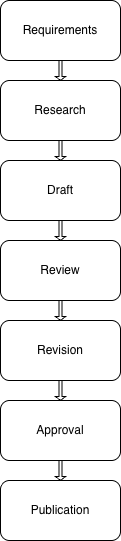
Before: docs/diagrams/documentation-lifecycle.png, a diagram exported from draw.io (SLH879/TW-Portfolio). Source tidied: cells renumbered, new cells last; positions are measured from the earlier drawing's top-left corner, leaving out a move shared by most shapes.
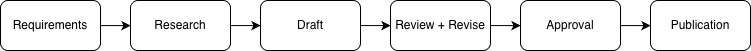
After the change.

Commit message:
Revised formatting of diagram

The edit, as a diff of the source:
```diff
@@ -3,43 +3,52 @@
     <mxCell id="0" />
     <mxCell id="1" parent="0" />
     <mxCell id="2" value="Requirements" style="rounded=1;whiteSpace=wrap;html=1;" parent="1" vertex="1">
-      <mxGeometry width="120" height="60" as="geometry" />
+      <mxGeometry x="-350" y="30" width="100" height="50" as="geometry" />
     </mxCell>
-    <mxCell id="3" style="shape=singleArrow;direction=south;whiteSpace=wrap;html=1;" parent="1" vertex="1">
-      <mxGeometry x="55" y="60" width="10" height="20" as="geometry" />
-    </mxCell>
+    <mxCell id="15" style="edgeStyle=orthogonalEdgeStyle;rounded=0;orthogonalLoop=1;jettySize=auto;html=1;exitX=1;exitY=0.5;exitDx=0;exitDy=0;" parent="1" edge="1">
+      <mxGeometry relative="1" as="geometry">
+        <mxPoint x="-120" y="55.1" as="sourcePoint" />
+        <mxPoint x="-90" y="54.8" as="targetPoint" />
+      </mxGeometry>
+    </mxCell>
+    <mxCell id="16" style="edgeStyle=orthogonalEdgeStyle;rounded=0;orthogonalLoop=1;jettySize=auto;html=1;exitX=1;exitY=0.5;exitDx=0;exitDy=0;" parent="1" edge="1">
+      <mxGeometry relative="1" as="geometry">
+        <mxPoint x="10" y="55.1" as="sourcePoint" />
+        <mxPoint x="40" y="54.8" as="targetPoint" />
+      </mxGeometry>
+    </mxCell>
+    <mxCell id="17" style="edgeStyle=orthogonalEdgeStyle;rounded=0;orthogonalLoop=1;jettySize=auto;html=1;exitX=1;exitY=0.5;exitDx=0;exitDy=0;" parent="1" edge="1">
+      <mxGeometry relative="1" as="geometry">
+        <mxPoint x="140" y="55.1" as="sourcePoint" />
+        <mxPoint x="170" y="54.8" as="targetPoint" />
+      </mxGeometry>
+    </mxCell>
     <mxCell id="4" value="Research" style="rounded=1;whiteSpace=wrap;html=1;" parent="1" vertex="1">
-      <mxGeometry y="80" width="120" height="60" as="geometry" />
+      <mxGeometry x="-220" y="30" width="100" height="50" as="geometry" />
     </mxCell>
-    <mxCell id="5" style="shape=singleArrow;direction=south;whiteSpace=wrap;html=1;" parent="1" vertex="1">
-      <mxGeometry x="55" y="140" width="10" height="20" as="geometry" />
-    </mxCell>
+    <mxCell id="18" style="edgeStyle=orthogonalEdgeStyle;rounded=0;orthogonalLoop=1;jettySize=auto;html=1;exitX=1;exitY=0.5;exitDx=0;exitDy=0;" parent="1" edge="1">
+      <mxGeometry relative="1" as="geometry">
+        <mxPoint x="-250" y="55.1" as="sourcePoint" />
+        <mxPoint x="-220" y="54.8" as="targetPoint" />
+      </mxGeometry>
+    </mxCell>
     <mxCell id="6" value="Draft" style="rounded=1;whiteSpace=wrap;html=1;" parent="1" vertex="1">
-      <mxGeometry y="160" width="120" height="60" as="geometry" />
+      <mxGeometry x="-90" y="30" width="100" height="50" as="geometry" />
     </mxCell>
-    <mxCell id="7" style="shape=singleArrow;direction=south;whiteSpace=wrap;html=1;" parent="1" vertex="1">
-      <mxGeometry x="55" y="220" width="10" height="20" as="geometry" />
-    </mxCell>
-    <mxCell id="8" value="Review" style="rounded=1;whiteSpace=wrap;html=1;" parent="1" vertex="1">
-      <mxGeometry y="240" width="120" height="60" as="geometry" />
-    </mxCell>
-    <mxCell id="9" style="shape=singleArrow;direction=south;whiteSpace=wrap;html=1;" parent="1" vertex="1">
-      <mxGeometry x="55" y="300" width="10" height="20" as="geometry" />
-    </mxCell>
-    <mxCell id="10" value="Revision" style="rounded=1;whiteSpace=wrap;html=1;" parent="1" vertex="1">
-      <mxGeometry y="320" width="120" height="60" as="geometry" />
-    </mxCell>
-    <mxCell id="11" style="shape=singleArrow;direction=south;whiteSpace=wrap;html=1;" parent="1" vertex="1">
-      <mxGeometry x="55" y="380" width="10" height="20" as="geometry" />
-    </mxCell>
+    <mxCell id="19" value="Review + Revise" style="rounded=1;whiteSpace=wrap;html=1;" parent="1" vertex="1">
+      <mxGeometry x="40" y="30" width="100" height="50" as="geometry" />
+    </mxCell>
     <mxCell id="12" value="Approval" style="rounded=1;whiteSpace=wrap;html=1;" parent="1" vertex="1">
-      <mxGeometry y="400" width="120" height="60" as="geometry" />
+      <mxGeometry x="170" y="30" width="100" height="50" as="geometry" />
     </mxCell>
-    <mxCell id="13" style="shape=singleArrow;direction=south;whiteSpace=wrap;html=1;" parent="1" vertex="1">
-      <mxGeometry x="55" y="460" width="10" height="20" as="geometry" />
-    </mxCell>
+    <mxCell id="20" style="edgeStyle=orthogonalEdgeStyle;rounded=0;orthogonalLoop=1;jettySize=auto;html=1;exitX=1;exitY=0.5;exitDx=0;exitDy=0;" parent="1" edge="1">
+      <mxGeometry relative="1" as="geometry">
+        <mxPoint x="270" y="55.1" as="sourcePoint" />
+        <mxPoint x="300" y="54.8" as="targetPoint" />
+      </mxGeometry>
+    </mxCell>
     <mxCell id="14" value="Publication" style="rounded=1;whiteSpace=wrap;html=1;" parent="1" vertex="1">
-      <mxGeometry y="480" width="120" height="60" as="geometry" />
+      <mxGeometry x="300" y="30" width="100" height="50" as="geometry" />
     </mxCell>
   </root>
 </mxGraphModel>
```
